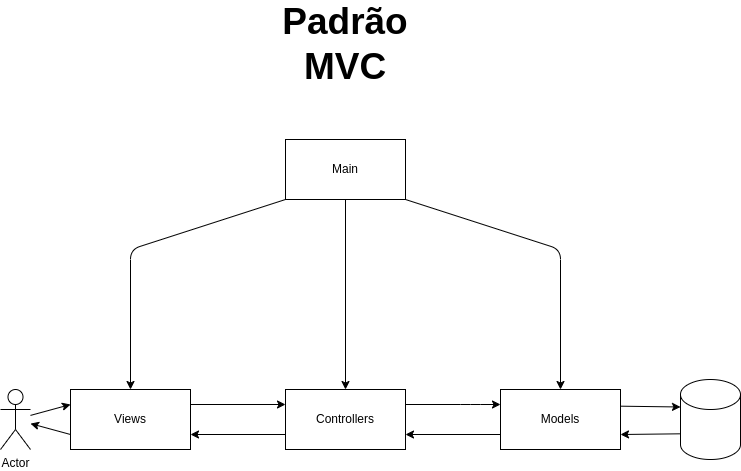
The draw.io diagram diagrama.drawio.png in GuilhermeKulkamp/mvp-python, before a commit. Source tidied: cells renumbered, new cells last; positions are measured from the earlier drawing's top-left corner, leaving out a move shared by most shapes.
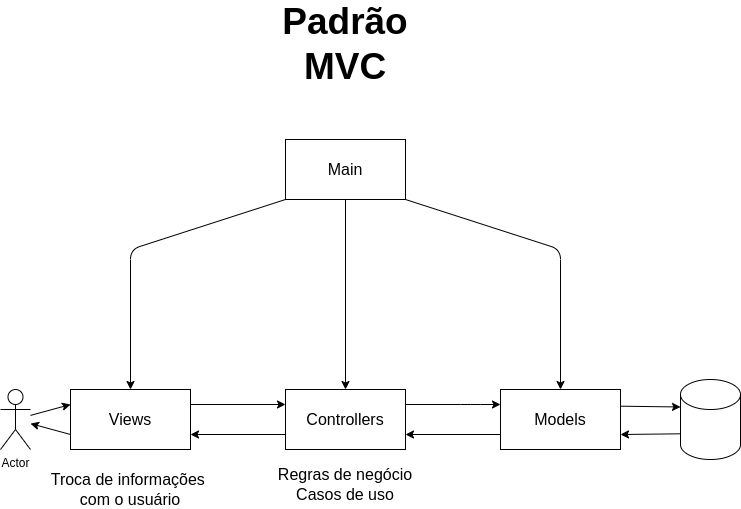
After the commit.

Commit message:
entendendo a pasta controllers

What changed in the source:
```diff
@@ -53,16 +53,16 @@
     <mxCell id="14" style="rounded=0;whiteSpace=wrap;html=1;" parent="1" vertex="1">
       <mxGeometry x="500" y="360" width="120" height="60" as="geometry" />
     </mxCell>
-    <mxCell id="15" value="Main" style="text;html=1;strokeColor=none;fillColor=none;align=center;verticalAlign=middle;whiteSpace=wrap;rounded=0;" parent="1" vertex="1">
+    <mxCell id="15" value="Main" style="text;html=1;strokeColor=none;fillColor=none;align=center;verticalAlign=middle;whiteSpace=wrap;rounded=0;fontSize=16;" parent="1" vertex="1">
       <mxGeometry x="315" y="125" width="60" height="30" as="geometry" />
     </mxCell>
-    <mxCell id="16" value="Views&lt;span style=&quot;color: rgba(0, 0, 0, 0); font-family: monospace; font-size: 0px; text-align: start;&quot;&gt;%3CmxGraphModel%3E%3Croot%3E%3CmxCell%20id%3D%220%22%2F%3E%3CmxCell%20id%3D%221%22%20parent%3D%220%22%2F%3E%3CmxCell%20id%3D%222%22%20value%3D%22Main%22%20style%3D%22text%3Bhtml%3D1%3BstrokeColor%3Dnone%3BfillColor%3Dnone%3Balign%3Dcenter%3BverticalAlign%3Dmiddle%3BwhiteSpace%3Dwrap%3Brounded%3D0%3B%22%20vertex%3D%221%22%20parent%3D%221%22%3E%3CmxGeometry%20x%3D%22395%22%20y%3D%22105%22%20width%3D%2260%22%20height%3D%2230%22%20as%3D%22geometry%22%2F%3E%3C%2FmxCell%3E%3C%2Froot%3E%3C%2FmxGraphModel%3E&lt;/span&gt;" style="text;html=1;strokeColor=none;fillColor=none;align=center;verticalAlign=middle;whiteSpace=wrap;rounded=0;" parent="1" vertex="1">
+    <mxCell id="16" value="Views" style="text;html=1;strokeColor=none;fillColor=none;align=center;verticalAlign=middle;whiteSpace=wrap;rounded=0;fontSize=16;" parent="1" vertex="1">
       <mxGeometry x="100" y="375" width="60" height="30" as="geometry" />
     </mxCell>
-    <mxCell id="17" value="Controllers" style="text;html=1;strokeColor=none;fillColor=none;align=center;verticalAlign=middle;whiteSpace=wrap;rounded=0;" parent="1" vertex="1">
+    <mxCell id="17" value="Controllers" style="text;html=1;strokeColor=none;fillColor=none;align=center;verticalAlign=middle;whiteSpace=wrap;rounded=0;fontSize=16;" parent="1" vertex="1">
       <mxGeometry x="315" y="375" width="60" height="30" as="geometry" />
     </mxCell>
-    <mxCell id="18" value="Models" style="text;html=1;strokeColor=none;fillColor=none;align=center;verticalAlign=middle;whiteSpace=wrap;rounded=0;" parent="1" vertex="1">
+    <mxCell id="18" value="Models" style="text;html=1;strokeColor=none;fillColor=none;align=center;verticalAlign=middle;whiteSpace=wrap;rounded=0;fontSize=16;" parent="1" vertex="1">
       <mxGeometry x="530" y="375" width="60" height="30" as="geometry" />
     </mxCell>
     <mxCell id="19" style="edgeStyle=none;html=1;entryX=0;entryY=0.25;entryDx=0;entryDy=0;" parent="1" edge="1" source="20" target="8">
@@ -80,5 +80,11 @@
     <mxCell id="23" value="Padrão MVC" style="text;html=1;strokeColor=none;fillColor=none;align=center;verticalAlign=middle;whiteSpace=wrap;rounded=0;fontSize=37;fontStyle=1;" parent="1" vertex="1">
       <mxGeometry x="315" width="60" height="30" as="geometry" />
     </mxCell>
+    <mxCell id="24" value="Troca de informações&amp;nbsp;&lt;br&gt;com o usuário" style="text;html=1;strokeColor=none;fillColor=none;align=center;verticalAlign=middle;whiteSpace=wrap;rounded=0;fontSize=16;" parent="1" vertex="1">
+      <mxGeometry x="45" y="445" width="170" height="30" as="geometry" />
+    </mxCell>
+    <mxCell id="25" value="Regras de negócio&lt;br&gt;Casos de uso" style="text;html=1;strokeColor=none;fillColor=none;align=center;verticalAlign=middle;whiteSpace=wrap;rounded=0;fontSize=16;" parent="1" vertex="1">
+      <mxGeometry x="260" y="440" width="170" height="30" as="geometry" />
+    </mxCell>
   </root>
 </mxGraphModel>
```
